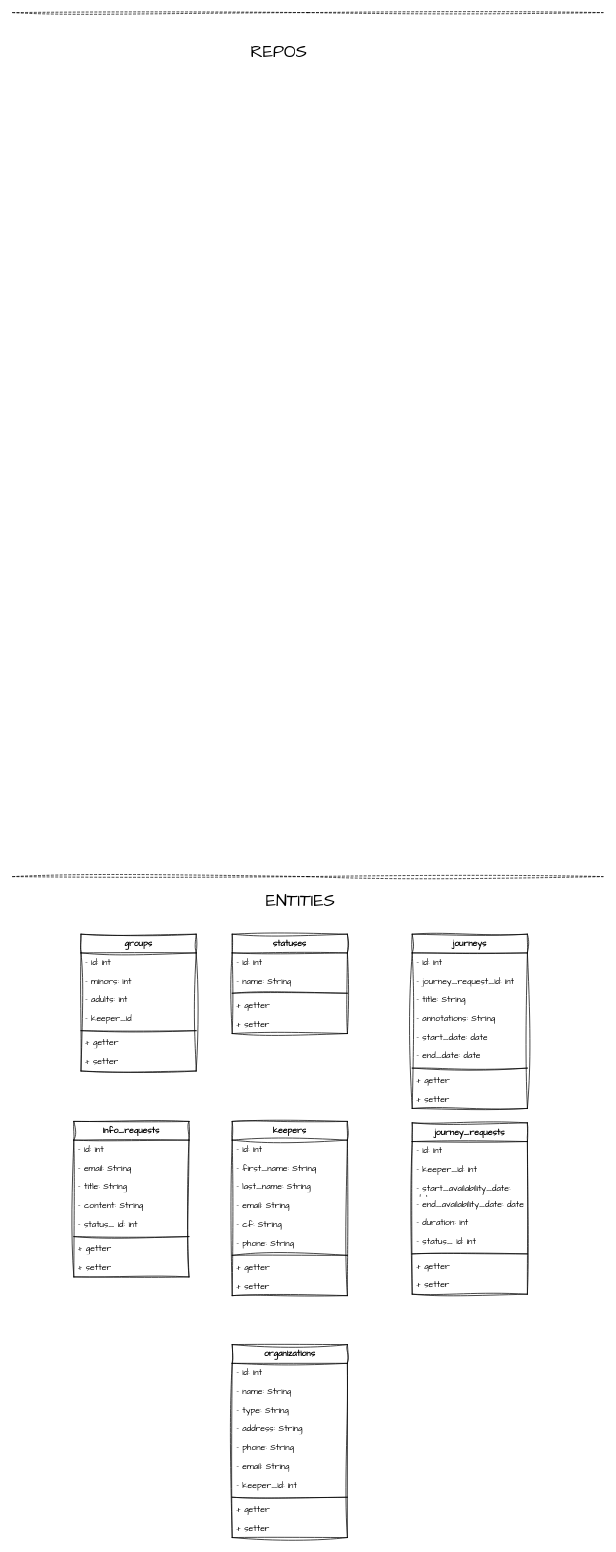
Earlier version of the draw.io diagram documentation/backend/blueprints/models/Model.drawio (MauroPacenti/CC-Education). Source tidied: cells renumbered, new cells numbered last; positions are measured from the earlier drawing's top-left corner, leaving out a move shared by most shapes. Both pictures are drawn from the tidied source at 72%, with x=0, y=0 at pixel (12, 12).
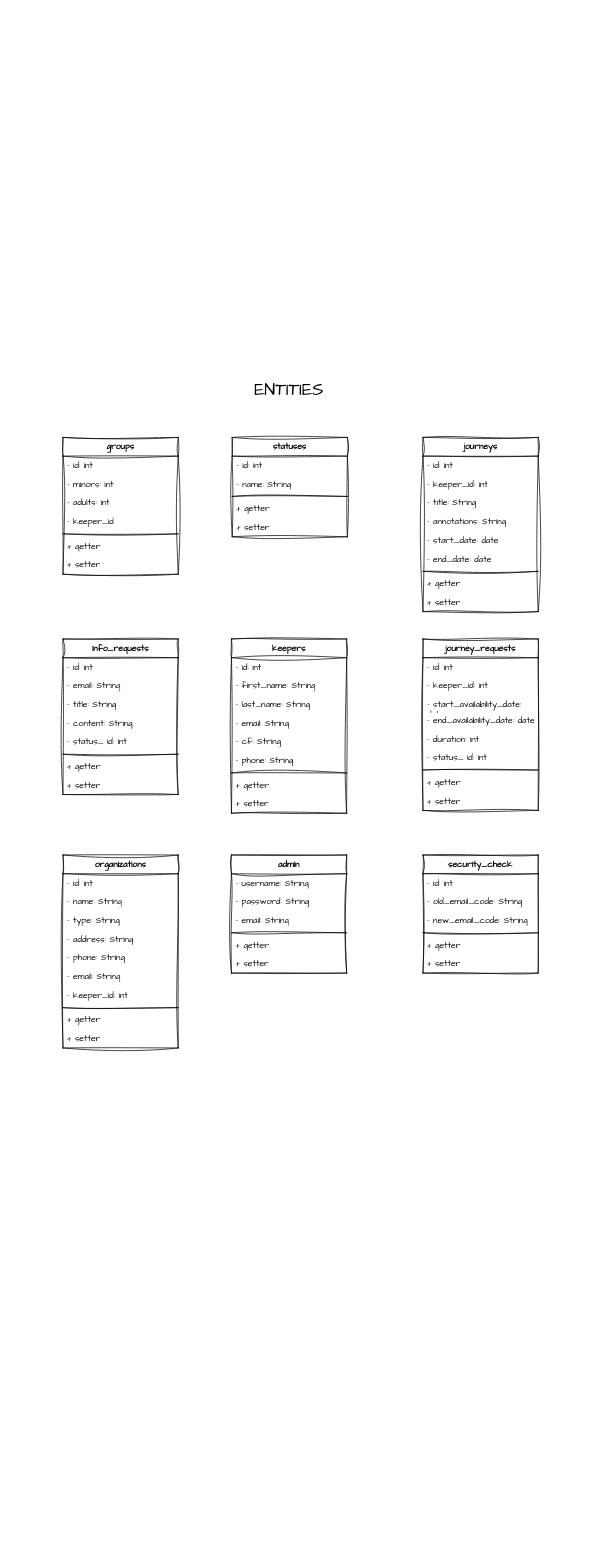
After the change.

Change to the diagram source:
```diff
@@
-    <mxCell id="2" style="endArrow=none;dashed=1;html=1;rounded=0;sketch=1;hachureGap=4;jiggle=2;curveFitting=1;fontFamily=Architects Daughter;" parent="1" edge="1">
-      <mxGeometry relative="1" as="geometry">
-        <mxPoint y="1200" as="sourcePoint" />
-        <mxPoint x="820" y="1200" as="targetPoint" />
-        <Array as="points">
-          <mxPoint x="410" y="1200" />
-        </Array>
-      </mxGeometry>
-    </mxCell>
     <mxCell id="3" value="groups" style="swimlane;fontStyle=1;align=center;verticalAlign=top;horizontal=1;startSize=26;whiteSpace=wrap;html=1;sketch=1;hachureGap=4;jiggle=2;curveFitting=1;fontFamily=Architects Daughter;" parent="1" vertex="1">
-      <mxGeometry x="95" y="1280" width="160" height="190" as="geometry" />
+      <mxGeometry x="70" y="590" width="160" height="190" as="geometry" />
     </mxCell>
@@
     <mxCell id="11" value="statuses" style="swimlane;fontStyle=1;align=center;verticalAlign=top;horizontal=1;startSize=26;whiteSpace=wrap;html=1;sketch=1;hachureGap=4;jiggle=2;curveFitting=1;fontFamily=Architects Daughter;" parent="1" vertex="1">
-      <mxGeometry x="305" y="1280" width="160" height="138" as="geometry" />
+      <mxGeometry x="305" y="590" width="160" height="138" as="geometry" />
     </mxCell>
@@
     <mxCell id="17" value="journeys" style="swimlane;fontStyle=1;align=center;verticalAlign=top;horizontal=1;startSize=26;whiteSpace=wrap;html=1;sketch=1;hachureGap=4;jiggle=2;curveFitting=1;fontFamily=Architects Daughter;" parent="1" vertex="1">
-      <mxGeometry x="555" y="1280" width="160" height="242" as="geometry" />
+      <mxGeometry x="570" y="590" width="160" height="242" as="geometry" />
     </mxCell>
@@
-    <mxCell id="19" value="- journey_request_id: int" style="text;strokeColor=none;fillColor=none;align=left;verticalAlign=top;spacingLeft=4;spacingRight=4;overflow=hidden;whiteSpace=wrap;html=1;fontFamily=Architects Daughter;" parent="17" vertex="1">
+    <mxCell id="19" value="- keeper_id: int" style="text;strokeColor=none;fillColor=none;align=left;verticalAlign=top;spacingLeft=4;spacingRight=4;overflow=hidden;whiteSpace=wrap;html=1;fontFamily=Architects Daughter;" parent="17" vertex="1">
       <mxGeometry y="52" width="160" height="26" as="geometry" />
     </mxCell>
@@
     <mxCell id="27" value="info_requests" style="swimlane;fontStyle=1;align=center;verticalAlign=top;horizontal=1;startSize=26;whiteSpace=wrap;html=1;sketch=1;hachureGap=4;jiggle=2;curveFitting=1;fontFamily=Architects Daughter;" parent="1" vertex="1">
-      <mxGeometry x="85" y="1540" width="160" height="216" as="geometry" />
+      <mxGeometry x="70" y="870" width="160" height="216" as="geometry" />
     </mxCell>
@@
     <mxCell id="36" value="keepers" style="swimlane;fontStyle=1;align=center;verticalAlign=top;horizontal=1;startSize=26;whiteSpace=wrap;html=1;sketch=1;hachureGap=4;jiggle=2;curveFitting=1;fontFamily=Architects Daughter;" parent="1" vertex="1">
-      <mxGeometry x="305" y="1540" width="160" height="242" as="geometry" />
+      <mxGeometry x="304" y="870" width="160" height="242" as="geometry" />
     </mxCell>
@@
     <mxCell id="46" value="journey_requests" style="swimlane;fontStyle=1;align=center;verticalAlign=top;horizontal=1;startSize=26;whiteSpace=wrap;html=1;sketch=1;hachureGap=4;jiggle=2;curveFitting=1;fontFamily=Architects Daughter;" parent="1" vertex="1">
-      <mxGeometry x="555" y="1542" width="160" height="238" as="geometry" />
+      <mxGeometry x="570" y="870" width="160" height="238" as="geometry" />
     </mxCell>
@@
     <mxCell id="56" value="organizations" style="swimlane;fontStyle=1;align=center;verticalAlign=top;horizontal=1;startSize=26;whiteSpace=wrap;html=1;sketch=1;hachureGap=4;jiggle=2;curveFitting=1;fontFamily=Architects Daughter;" parent="1" vertex="1">
-      <mxGeometry x="305" y="1850" width="160" height="268" as="geometry" />
+      <mxGeometry x="70" y="1170" width="160" height="268" as="geometry" />
     </mxCell>
@@
     <mxCell id="67" value="&lt;font style=&quot;font-size: 24px;&quot;&gt;&lt;font style=&quot;&quot;&gt;ENTIT&lt;/font&gt;IES&lt;/font&gt;" style="text;html=1;align=center;verticalAlign=middle;whiteSpace=wrap;rounded=0;fontFamily=Architects Daughter;" parent="1" vertex="1">
-      <mxGeometry x="370" y="1220" width="60" height="30" as="geometry" />
+      <mxGeometry x="354" y="510" width="60" height="30" as="geometry" />
     </mxCell>
-    <mxCell id="68" style="endArrow=none;dashed=1;html=1;rounded=0;sketch=1;hachureGap=4;jiggle=2;curveFitting=1;fontFamily=Architects Daughter;" parent="1" edge="1">
-      <mxGeometry relative="1" as="geometry">
-        <mxPoint as="sourcePoint" />
-        <mxPoint x="820" as="targetPoint" />
-        <Array as="points">
-          <mxPoint x="410" />
-        </Array>
-      </mxGeometry>
-    </mxCell>
-    <mxCell id="69" value="&lt;span style=&quot;font-size: 24px;&quot;&gt;REPOS&lt;/span&gt;" style="text;html=1;align=center;verticalAlign=middle;whiteSpace=wrap;rounded=0;fontFamily=Architects Daughter;" parent="1" vertex="1">
-      <mxGeometry x="340" y="40" width="60" height="30" as="geometry" />
-    </mxCell>
+    <mxCell id="70" value="admin" style="swimlane;fontStyle=1;align=center;verticalAlign=top;horizontal=1;startSize=26;whiteSpace=wrap;html=1;sketch=1;hachureGap=4;jiggle=2;curveFitting=1;fontFamily=Architects Daughter;" parent="1" vertex="1">
+      <mxGeometry x="304" y="1170" width="160" height="164" as="geometry" />
+    </mxCell>
+    <mxCell id="71" value="- username: String&amp;nbsp;" style="text;strokeColor=none;fillColor=none;align=left;verticalAlign=top;spacingLeft=4;spacingRight=4;overflow=hidden;whiteSpace=wrap;html=1;fontFamily=Architects Daughter;" parent="70" vertex="1">
+      <mxGeometry y="26" width="160" height="26" as="geometry" />
+    </mxCell>
+    <mxCell id="72" value="- password: String" style="text;strokeColor=none;fillColor=none;align=left;verticalAlign=top;spacingLeft=4;spacingRight=4;overflow=hidden;whiteSpace=wrap;html=1;fontFamily=Architects Daughter;" parent="70" vertex="1">
+      <mxGeometry y="52" width="160" height="26" as="geometry" />
+    </mxCell>
+    <mxCell id="73" value="- email: String" style="text;strokeColor=none;fillColor=none;align=left;verticalAlign=top;spacingLeft=4;spacingRight=4;overflow=hidden;whiteSpace=wrap;html=1;fontFamily=Architects Daughter;" parent="70" vertex="1">
+      <mxGeometry y="78" width="160" height="26" as="geometry" />
+    </mxCell>
+    <mxCell id="74" style="line;strokeWidth=1;fillColor=none;align=left;verticalAlign=middle;spacingTop=-1;spacingLeft=3;spacingRight=3;labelPosition=right;strokeColor=inherit;sketch=1;hachureGap=4;jiggle=2;curveFitting=1;fontFamily=Architects Daughter;" parent="70" vertex="1">
+      <mxGeometry y="104" width="160" height="8" as="geometry" />
+    </mxCell>
+    <mxCell id="75" value="+ getter&amp;nbsp;" style="text;strokeColor=none;fillColor=none;align=left;verticalAlign=top;spacingLeft=4;spacingRight=4;overflow=hidden;whiteSpace=wrap;html=1;fontFamily=Architects Daughter;" parent="70" vertex="1">
+      <mxGeometry y="112" width="160" height="26" as="geometry" />
+    </mxCell>
+    <mxCell id="76" value="+ setter" style="text;strokeColor=none;fillColor=none;align=left;verticalAlign=top;spacingLeft=4;spacingRight=4;overflow=hidden;whiteSpace=wrap;html=1;fontFamily=Architects Daughter;" parent="70" vertex="1">
+      <mxGeometry y="138" width="160" height="26" as="geometry" />
+    </mxCell>
+    <mxCell id="77" value="security_check" style="swimlane;fontStyle=1;align=center;verticalAlign=top;horizontal=1;startSize=26;whiteSpace=wrap;html=1;sketch=1;hachureGap=4;jiggle=2;curveFitting=1;fontFamily=Architects Daughter;" parent="1" vertex="1">
+      <mxGeometry x="570" y="1170" width="160" height="164" as="geometry" />
+    </mxCell>
+    <mxCell id="78" value="- id: int" style="text;strokeColor=none;fillColor=none;align=left;verticalAlign=top;spacingLeft=4;spacingRight=4;overflow=hidden;whiteSpace=wrap;html=1;fontFamily=Architects Daughter;" parent="77" vertex="1">
+      <mxGeometry y="26" width="160" height="26" as="geometry" />
+    </mxCell>
+    <mxCell id="79" value="- old_email_code: String" style="text;strokeColor=none;fillColor=none;align=left;verticalAlign=top;spacingLeft=4;spacingRight=4;overflow=hidden;whiteSpace=wrap;html=1;fontFamily=Architects Daughter;" parent="77" vertex="1">
+      <mxGeometry y="52" width="160" height="26" as="geometry" />
+    </mxCell>
+    <mxCell id="80" value="- new_email_code: String" style="text;strokeColor=none;fillColor=none;align=left;verticalAlign=top;spacingLeft=4;spacingRight=4;overflow=hidden;whiteSpace=wrap;html=1;fontFamily=Architects Daughter;" parent="77" vertex="1">
+      <mxGeometry y="78" width="160" height="26" as="geometry" />
+    </mxCell>
+    <mxCell id="81" style="line;strokeWidth=1;fillColor=none;align=left;verticalAlign=middle;spacingTop=-1;spacingLeft=3;spacingRight=3;labelPosition=right;strokeColor=inherit;sketch=1;hachureGap=4;jiggle=2;curveFitting=1;fontFamily=Architects Daughter;" parent="77" vertex="1">
+      <mxGeometry y="104" width="160" height="8" as="geometry" />
+    </mxCell>
+    <mxCell id="82" value="+ getter&amp;nbsp;" style="text;strokeColor=none;fillColor=none;align=left;verticalAlign=top;spacingLeft=4;spacingRight=4;overflow=hidden;whiteSpace=wrap;html=1;fontFamily=Architects Daughter;" parent="77" vertex="1">
+      <mxGeometry y="112" width="160" height="26" as="geometry" />
+    </mxCell>
+    <mxCell id="83" value="+ setter" style="text;strokeColor=none;fillColor=none;align=left;verticalAlign=top;spacingLeft=4;spacingRight=4;overflow=hidden;whiteSpace=wrap;html=1;fontFamily=Architects Daughter;" parent="77" vertex="1">
+      <mxGeometry y="138" width="160" height="26" as="geometry" />
+    </mxCell>
```
